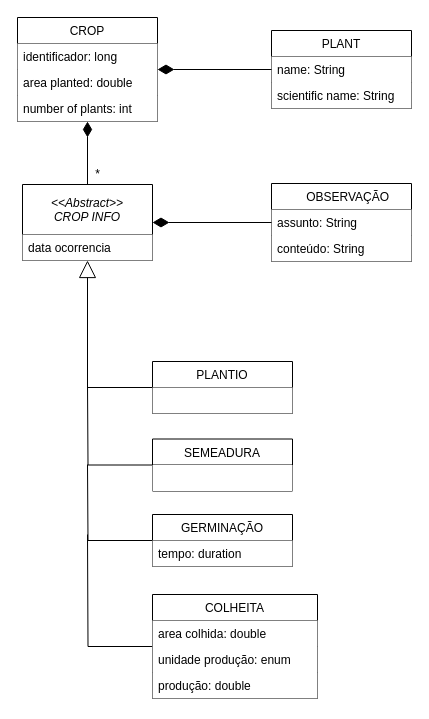
Earlier version of the draw.io diagram page "UML" (2 of 3) of concept/plantation.drawio (DenisJulio/crop-info-management-system). Source tidied: cells renumbered, new cells numbered last; positions are measured from the earlier drawing's top-left corner, leaving out a move shared by most shapes. Both pictures are drawn from the tidied source at 100%, with x=0, y=0 at pixel (17, 17).
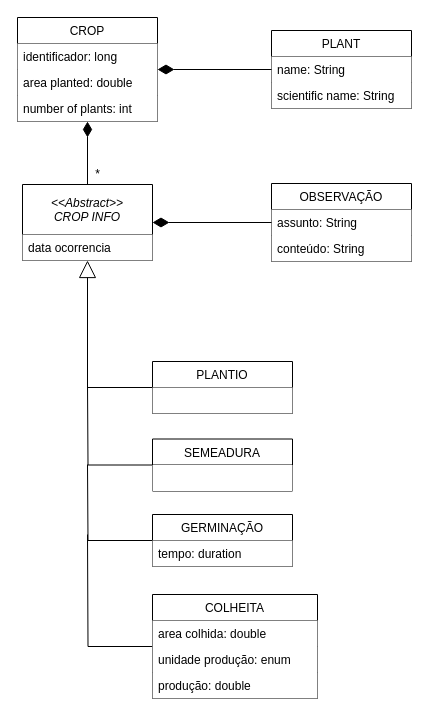
Above is the later version.

Diff of the diagram source:
```diff
@@
-    <mxCell id="13" value="    OBSERVAÇÃO" style="swimlane;fontStyle=0;horizontal=1;startSize=26;fillColor=default;swimlaneHead=1;swimlaneBody=1;fixDash=0;movableLabel=0;comic=0;overflow=visible;strokeOpacity=100;fillOpacity=100;arcSize=15;" parent="1" vertex="1">
+    <mxCell id="13" value="OBSERVAÇÃO" style="swimlane;fontStyle=0;horizontal=1;startSize=26;fillColor=default;swimlaneHead=1;swimlaneBody=1;fixDash=0;movableLabel=0;comic=0;overflow=visible;strokeOpacity=100;fillOpacity=100;arcSize=15;" parent="1" vertex="1">
       <mxGeometry x="254" y="166" width="140" height="78" as="geometry" />
     </mxCell>
```
